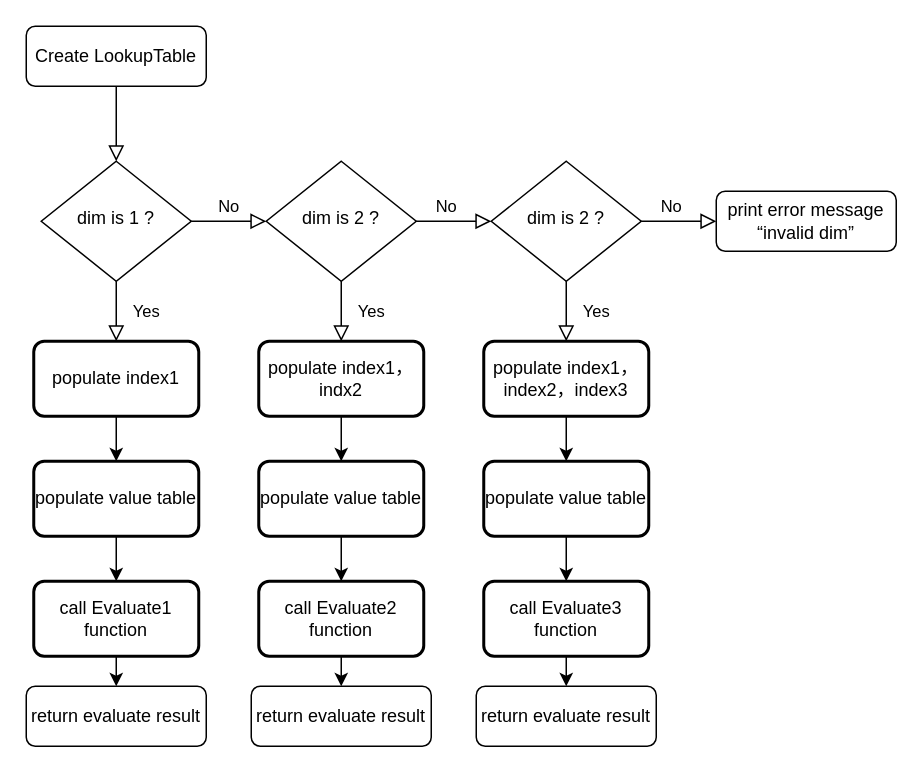
Before: Untitled Diagram.drawio in Ablution-han220/UML, a draw.io diagram. Source tidied: cells renumbered, new cells numbered last; positions are measured from the earlier drawing's top-left corner, leaving out a move shared by most shapes. Both pictures are drawn from the tidied source at 150%, with x=0, y=0 at pixel (26, 26).
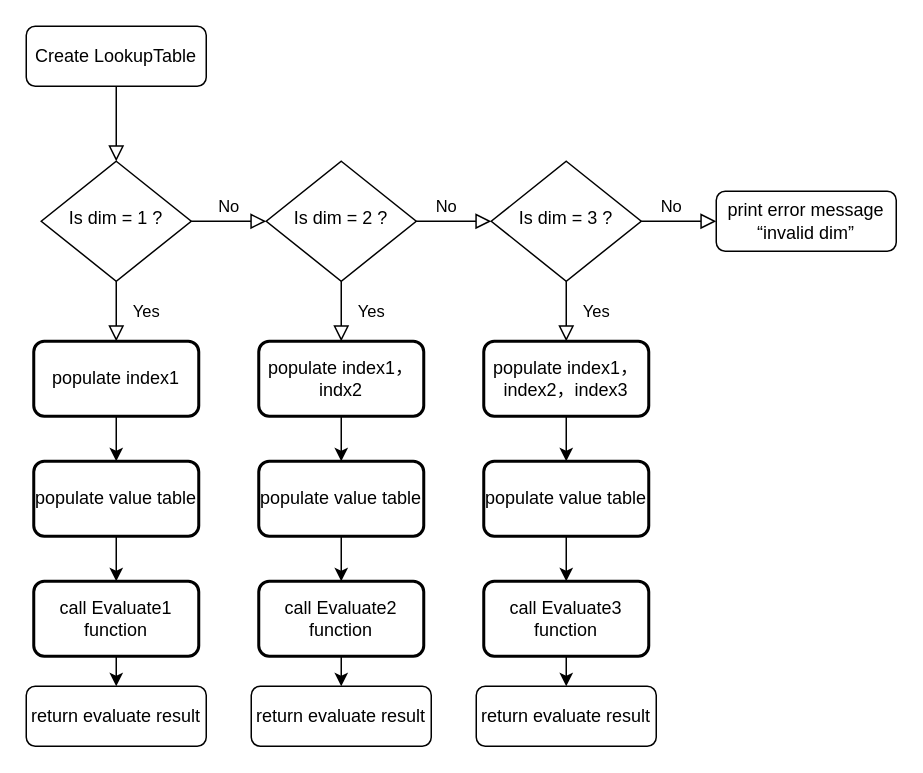
The same diagram, later.

What changed in the source:
```diff
@@
-    <mxCell id="6" value="dim is 1 ?" style="rhombus;whiteSpace=wrap;html=1;shadow=0;fontFamily=Helvetica;fontSize=12;align=center;strokeWidth=1;spacing=6;spacingTop=-4;" parent="1" vertex="1">
+    <mxCell id="6" value="Is dim = 1 ?" style="rhombus;whiteSpace=wrap;html=1;shadow=0;fontFamily=Helvetica;fontSize=12;align=center;strokeWidth=1;spacing=6;spacingTop=-4;" parent="1" vertex="1">
       <mxGeometry x="10" y="90" width="100" height="80" as="geometry" />
     </mxCell>
@@
-    <mxCell id="8" value="dim is 2 ?" style="rhombus;whiteSpace=wrap;html=1;shadow=0;fontFamily=Helvetica;fontSize=12;align=center;strokeWidth=1;spacing=6;spacingTop=-4;" parent="1" vertex="1">
+    <mxCell id="8" value="Is dim = 2 ?" style="rhombus;whiteSpace=wrap;html=1;shadow=0;fontFamily=Helvetica;fontSize=12;align=center;strokeWidth=1;spacing=6;spacingTop=-4;" parent="1" vertex="1">
       <mxGeometry x="160" y="90" width="100" height="80" as="geometry" />
     </mxCell>
@@
-    <mxCell id="11" value="dim is 2 ?" style="rhombus;whiteSpace=wrap;html=1;shadow=0;fontFamily=Helvetica;fontSize=12;align=center;strokeWidth=1;spacing=6;spacingTop=-4;" parent="1" vertex="1">
+    <mxCell id="11" value="Is dim = 3 ?" style="rhombus;whiteSpace=wrap;html=1;shadow=0;fontFamily=Helvetica;fontSize=12;align=center;strokeWidth=1;spacing=6;spacingTop=-4;" parent="1" vertex="1">
       <mxGeometry x="310" y="90" width="100" height="80" as="geometry" />
     </mxCell>
```
